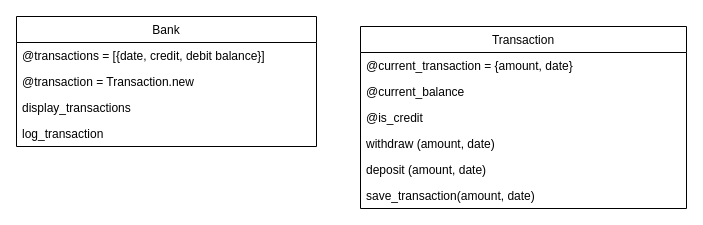
Above: bank.drawio in serenabertozzi/bank-tech-test (draw.io), before the change. Source tidied: cells renumbered, new cells numbered last; positions are measured from the earlier drawing's top-left corner, leaving out a move shared by most shapes. Both pictures are drawn from the tidied source at 100%, with x=0, y=0 at pixel (16, 16).
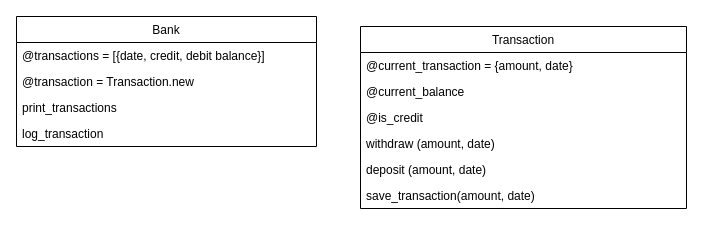
The same diagram, later.

Commit message (it also covers changes not shown here):
print_transaction method tested

The edit, as a diff of the source:
```diff
@@
 <mxGraphModel>
   <root>
     <mxCell id="0" />
     <mxCell id="1" parent="0" />
     <mxCell id="2" value="Bank" style="swimlane;fontStyle=0;horizontal=1;startSize=26;" parent="1" vertex="1">
       <mxGeometry width="300" height="130" as="geometry" />
     </mxCell>
     <mxCell id="3" value="@transactions = [{date, credit, debit balance}]" style="text;strokeColor=none;fillColor=none;align=left;verticalAlign=top;spacingLeft=4;spacingRight=4;overflow=hidden;" parent="2" vertex="1">
       <mxGeometry y="26" width="300" height="26" as="geometry" />
     </mxCell>
     <mxCell id="4" value="@transaction = Transaction.new" style="text;strokeColor=none;fillColor=none;align=left;verticalAlign=top;spacingLeft=4;spacingRight=4;overflow=hidden;" parent="2" vertex="1">
       <mxGeometry y="52" width="300" height="26" as="geometry" />
     </mxCell>
-    <mxCell id="5" value="display_transactions" style="text;strokeColor=none;fillColor=none;align=left;verticalAlign=top;spacingLeft=4;spacingRight=4;overflow=hidden;" parent="2" vertex="1">
+    <mxCell id="5" value="print_transactions" style="text;strokeColor=none;fillColor=none;align=left;verticalAlign=top;spacingLeft=4;spacingRight=4;overflow=hidden;" parent="2" vertex="1">
       <mxGeometry y="78" width="300" height="26" as="geometry" />
     </mxCell>
     <mxCell id="6" value="log_transaction" style="text;strokeColor=none;fillColor=none;align=left;verticalAlign=top;spacingLeft=4;spacingRight=4;overflow=hidden;" parent="2" vertex="1">
       <mxGeometry y="104" width="300" height="26" as="geometry" />
     </mxCell>
     <mxCell id="7" value="Transaction" style="swimlane;fontStyle=0;horizontal=1;startSize=26;" parent="1" vertex="1">
       <mxGeometry x="344" y="10" width="326" height="182" as="geometry" />
     </mxCell>
     <mxCell id="8" value="@current_transaction = {amount, date}" style="text;strokeColor=none;fillColor=none;align=left;verticalAlign=top;spacingLeft=4;spacingRight=4;overflow=hidden;" parent="7" vertex="1">
       <mxGeometry y="26" width="326" height="26" as="geometry" />
     </mxCell>
     <mxCell id="9" value="@current_balance" style="text;strokeColor=none;fillColor=none;align=left;verticalAlign=top;spacingLeft=4;spacingRight=4;overflow=hidden;" parent="7" vertex="1">
       <mxGeometry y="52" width="326" height="26" as="geometry" />
     </mxCell>
     <mxCell id="10" value="@is_credit" style="text;strokeColor=none;fillColor=none;align=left;verticalAlign=top;spacingLeft=4;spacingRight=4;overflow=hidden;" parent="7" vertex="1">
       <mxGeometry y="78" width="326" height="26" as="geometry" />
     </mxCell>
     <mxCell id="11" value="withdraw (amount, date)" style="text;strokeColor=none;fillColor=none;align=left;verticalAlign=top;spacingLeft=4;spacingRight=4;overflow=hidden;" parent="7" vertex="1">
       <mxGeometry y="104" width="326" height="26" as="geometry" />
     </mxCell>
     <mxCell id="12" value="deposit (amount, date)" style="text;strokeColor=none;fillColor=none;align=left;verticalAlign=top;spacingLeft=4;spacingRight=4;overflow=hidden;" parent="7" vertex="1">
       <mxGeometry y="130" width="326" height="26" as="geometry" />
     </mxCell>
     <mxCell id="13" value="save_transaction(amount, date)" style="text;strokeColor=none;fillColor=none;align=left;verticalAlign=top;spacingLeft=4;spacingRight=4;overflow=hidden;" parent="7" vertex="1">
       <mxGeometry y="156" width="326" height="26" as="geometry" />
     </mxCell>
   </root>
 </mxGraphModel>
```
